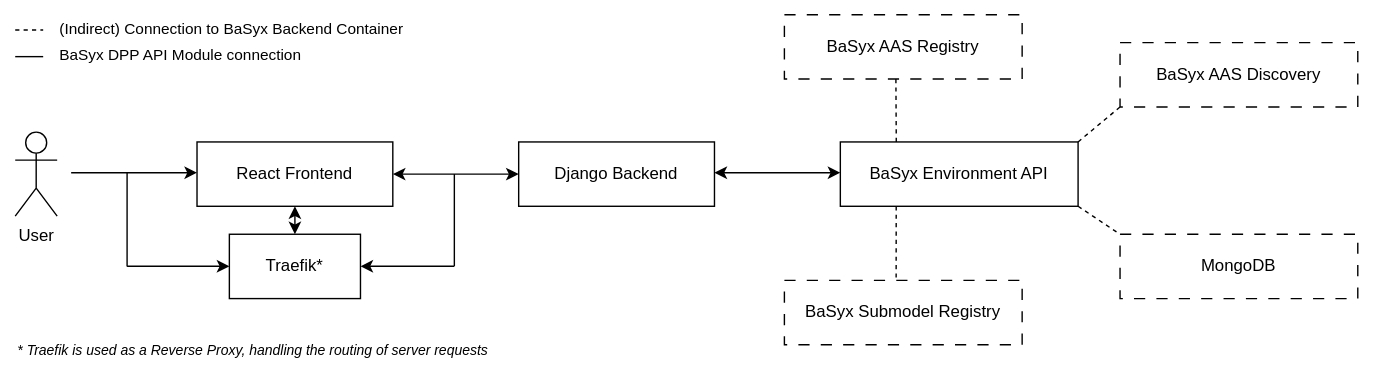
Above: PROJECT/SAS/src/grey-box-view/TINF24F_SAS_Team_6_Grey-Box-View_R10.drawio.svg in DHBW-TINF24F/Team6-BaSyx-DPP-API (draw.io), before the change. Source tidied: cells renumbered, new cells last; positions are measured from the earlier drawing's top-left corner, leaving out a move shared by most shapes. Source of this version:
```xml
<mxGraphModel>
  <root>
    <mxCell id="0" />
    <mxCell id="1" parent="0" />
    <mxCell id="2" value="User" style="shape=umlActor;verticalLabelPosition=bottom;verticalAlign=top;html=1;" parent="1" vertex="1">
      <mxGeometry y="84" width="30" height="60" as="geometry" />
    </mxCell>
    <mxCell id="3" style="endArrow=classic;html=1;rounded=0;" parent="1" edge="1">
      <mxGeometry relative="1" as="geometry">
        <mxPoint x="40" y="113" as="sourcePoint" />
        <mxPoint x="130" y="113" as="targetPoint" />
      </mxGeometry>
    </mxCell>
    <mxCell id="4" value="React Frontend" style="rounded=0;whiteSpace=wrap;html=1;" parent="1" vertex="1">
      <mxGeometry x="130" y="91" width="140" height="46" as="geometry" />
    </mxCell>
    <mxCell id="5" style="endArrow=classic;startArrow=classic;html=1;rounded=0;exitX=1;exitY=0.5;exitDx=0;exitDy=0;entryX=0;entryY=0.5;entryDx=0;entryDy=0;" parent="1" edge="1" source="4" target="6">
      <mxGeometry relative="1" as="geometry" />
    </mxCell>
    <mxCell id="6" value="Django Backend" style="rounded=0;whiteSpace=wrap;html=1;" parent="1" vertex="1">
      <mxGeometry x="360" y="91" width="140" height="46" as="geometry" />
    </mxCell>
    <mxCell id="7" style="endArrow=classic;startArrow=classic;html=1;rounded=0;entryX=0;entryY=0.478;entryDx=0;entryDy=0;entryPerimeter=0;" parent="1" edge="1" target="8">
      <mxGeometry relative="1" as="geometry">
        <mxPoint x="500" y="113" as="sourcePoint" />
      </mxGeometry>
    </mxCell>
    <mxCell id="8" value="BaSyx Environment API" style="rounded=0;whiteSpace=wrap;html=1;" parent="1" vertex="1">
      <mxGeometry x="590" y="91" width="170" height="46" as="geometry" />
    </mxCell>
    <mxCell id="9" style="endArrow=none;html=1;rounded=0;shadow=0;flowAnimation=0;curved=0;jumpSize=6;" parent="1" edge="1">
      <mxGeometry relative="1" as="geometry">
        <mxPoint x="80" y="180" as="sourcePoint" />
        <mxPoint x="80" y="113" as="targetPoint" />
      </mxGeometry>
    </mxCell>
    <mxCell id="10" style="endArrow=none;html=1;rounded=0;" parent="1" edge="1">
      <mxGeometry relative="1" as="geometry">
        <mxPoint x="314" y="180" as="sourcePoint" />
        <mxPoint x="314" y="114" as="targetPoint" />
      </mxGeometry>
    </mxCell>
    <mxCell id="11" value="Traefik*" style="rounded=0;whiteSpace=wrap;html=1;rotation=0;" parent="1" vertex="1">
      <mxGeometry x="153.1" y="157" width="93.8" height="46" as="geometry" />
    </mxCell>
    <mxCell id="12" style="endArrow=classic;html=1;rounded=0;" parent="1" edge="1">
      <mxGeometry relative="1" as="geometry">
        <mxPoint x="80" y="179.9" as="sourcePoint" />
        <mxPoint x="153.1" y="179.9" as="targetPoint" />
      </mxGeometry>
    </mxCell>
    <mxCell id="13" style="endArrow=classic;html=1;rounded=0;" parent="1" edge="1">
      <mxGeometry relative="1" as="geometry">
        <mxPoint x="313.8" y="179.9" as="sourcePoint" />
        <mxPoint x="246.9" y="179.9" as="targetPoint" />
      </mxGeometry>
    </mxCell>
    <mxCell id="14" style="endArrow=classic;startArrow=classic;html=1;rounded=0;entryX=0.5;entryY=1;entryDx=0;entryDy=0;exitX=0.5;exitY=0;exitDx=0;exitDy=0;" parent="1" edge="1" source="11" target="4">
      <mxGeometry relative="1" as="geometry" />
    </mxCell>
    <mxCell id="15" style="endArrow=none;dashed=1;html=1;rounded=0;entryX=0.469;entryY=1;entryDx=0;entryDy=0;entryPerimeter=0;" parent="1" edge="1" target="16">
      <mxGeometry relative="1" as="geometry">
        <mxPoint x="630" y="91" as="sourcePoint" />
      </mxGeometry>
    </mxCell>
    <mxCell id="16" value="BaSyx AAS Registry" style="rounded=0;whiteSpace=wrap;html=1;dashed=1;dashPattern=8 8;" parent="1" vertex="1">
      <mxGeometry x="550" width="170" height="46" as="geometry" />
    </mxCell>
    <mxCell id="17" value="BaSyx AAS Discovery" style="rounded=0;whiteSpace=wrap;html=1;dashed=1;dashPattern=8 8;" parent="1" vertex="1">
      <mxGeometry x="790" y="20" width="170" height="46" as="geometry" />
    </mxCell>
    <mxCell id="18" value="BaSyx Submodel Registry" style="rounded=0;whiteSpace=wrap;html=1;dashed=1;dashPattern=8 8;" parent="1" vertex="1">
      <mxGeometry x="550" y="190" width="170" height="46" as="geometry" />
    </mxCell>
    <mxCell id="19" value="MongoDB" style="rounded=0;whiteSpace=wrap;html=1;dashed=1;dashPattern=8 8;" parent="1" vertex="1">
      <mxGeometry x="790" y="157" width="170" height="46" as="geometry" />
    </mxCell>
    <mxCell id="20" style="endArrow=none;dashed=1;html=1;rounded=0;entryX=0;entryY=1;entryDx=0;entryDy=0;exitX=1;exitY=0;exitDx=0;exitDy=0;" parent="1" edge="1" source="8" target="17">
      <mxGeometry relative="1" as="geometry" />
    </mxCell>
    <mxCell id="21" style="endArrow=none;dashed=1;html=1;rounded=0;entryX=0;entryY=0;entryDx=0;entryDy=0;exitX=1;exitY=1;exitDx=0;exitDy=0;" parent="1" edge="1" source="8" target="19">
      <mxGeometry relative="1" as="geometry" />
    </mxCell>
    <mxCell id="22" style="endArrow=none;dashed=1;html=1;rounded=0;entryX=0.47;entryY=-0.011;entryDx=0;entryDy=0;exitX=0.235;exitY=1;exitDx=0;exitDy=0;entryPerimeter=0;exitPerimeter=0;" parent="1" edge="1" source="8" target="18">
      <mxGeometry relative="1" as="geometry" />
    </mxCell>
    <mxCell id="23" style="group;" parent="1" vertex="1">
      <mxGeometry width="280" height="20" as="geometry" />
    </mxCell>
    <mxCell id="24" style="endArrow=none;dashed=1;html=1;rounded=0;" parent="23" edge="1">
      <mxGeometry relative="1" as="geometry">
        <mxPoint y="11" as="sourcePoint" />
        <mxPoint x="20" y="11" as="targetPoint" />
      </mxGeometry>
    </mxCell>
    <mxCell id="25" value="(Indirect) Connection to BaSyx Backend Container" style="text;html=1;whiteSpace=wrap;strokeColor=none;fillColor=none;align=left;verticalAlign=middle;rounded=0;fontSize=11;" parent="23" vertex="1">
      <mxGeometry x="30" width="250" height="20" as="geometry" />
    </mxCell>
    <mxCell id="26" style="group;" parent="1" vertex="1">
      <mxGeometry y="19" width="320" height="20" as="geometry" />
    </mxCell>
    <mxCell id="27" style="endArrow=none;html=1;rounded=0;" parent="26" edge="1">
      <mxGeometry relative="1" as="geometry">
        <mxPoint y="11" as="sourcePoint" />
        <mxPoint x="20" y="11" as="targetPoint" />
      </mxGeometry>
    </mxCell>
    <mxCell id="28" value="BaSyx DPP API Module connection" style="text;html=1;whiteSpace=wrap;strokeColor=none;fillColor=none;align=left;verticalAlign=middle;rounded=0;fontSize=11;" parent="26" vertex="1">
      <mxGeometry x="30" width="290" height="20" as="geometry" />
    </mxCell>
    <mxCell id="29" value="&lt;i&gt;* Traefik is used as a Reverse Proxy, handling the routing of server requests&lt;/i&gt;" style="text;html=1;whiteSpace=wrap;strokeColor=none;fillColor=none;align=left;verticalAlign=middle;rounded=0;fontSize=10;" parent="1" vertex="1">
      <mxGeometry y="230" width="380" height="20" as="geometry" />
    </mxCell>
  </root>
</mxGraphModel>
```
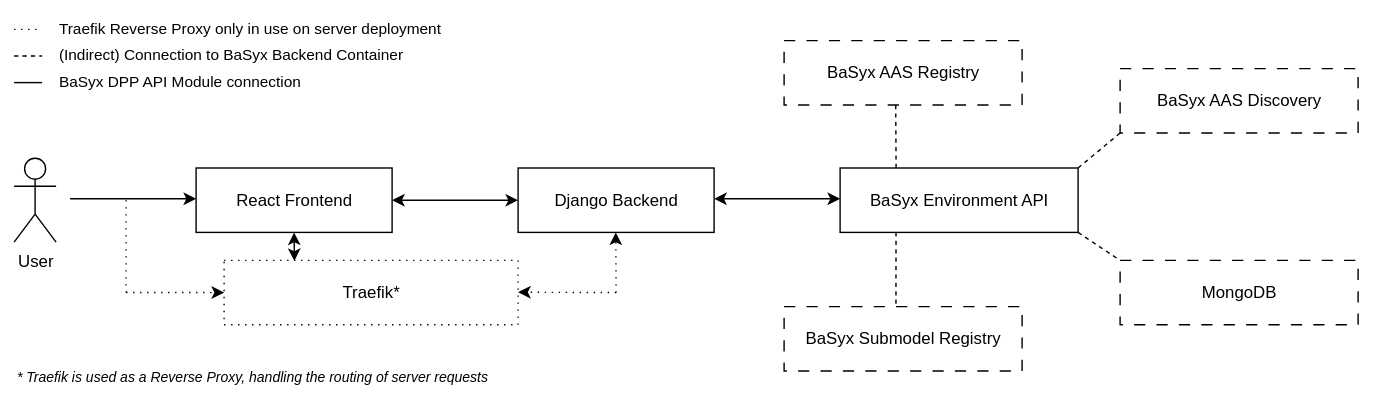
After the commit.

Commit message:
Grey Box View diagram: Note for Traefik

The edit, as a diff of the source:
```diff
@@ -28,34 +28,34 @@
     <mxCell id="8" value="BaSyx Environment API" style="rounded=0;whiteSpace=wrap;html=1;" parent="1" vertex="1">
       <mxGeometry x="590" y="91" width="170" height="46" as="geometry" />
     </mxCell>
-    <mxCell id="9" style="endArrow=none;html=1;rounded=0;shadow=0;flowAnimation=0;curved=0;jumpSize=6;" parent="1" edge="1">
+    <mxCell id="9" style="endArrow=none;html=1;rounded=0;shadow=0;flowAnimation=0;curved=0;jumpSize=6;dashed=1;dashPattern=1 4;" parent="1" edge="1">
       <mxGeometry relative="1" as="geometry">
         <mxPoint x="80" y="180" as="sourcePoint" />
         <mxPoint x="80" y="113" as="targetPoint" />
       </mxGeometry>
     </mxCell>
-    <mxCell id="10" style="endArrow=none;html=1;rounded=0;" parent="1" edge="1">
+    <mxCell id="10" style="endArrow=classic;html=1;rounded=0;startArrow=none;startFill=0;endFill=1;dashed=1;dashPattern=1 4;" parent="1" edge="1">
       <mxGeometry relative="1" as="geometry">
-        <mxPoint x="314" y="180" as="sourcePoint" />
-        <mxPoint x="314" y="114" as="targetPoint" />
+        <mxPoint x="430" y="180" as="sourcePoint" />
+        <mxPoint x="429.8" y="137" as="targetPoint" />
       </mxGeometry>
     </mxCell>
-    <mxCell id="11" value="Traefik*" style="rounded=0;whiteSpace=wrap;html=1;rotation=0;" parent="1" vertex="1">
-      <mxGeometry x="153.1" y="157" width="93.8" height="46" as="geometry" />
+    <mxCell id="11" value="Traefik*" style="rounded=0;whiteSpace=wrap;html=1;rotation=0;dashed=1;dashPattern=1 4;" parent="1" vertex="1">
+      <mxGeometry x="150" y="157" width="210" height="46" as="geometry" />
     </mxCell>
-    <mxCell id="12" style="endArrow=classic;html=1;rounded=0;" parent="1" edge="1">
+    <mxCell id="12" style="endArrow=classic;html=1;rounded=0;dashed=1;dashPattern=1 4;" parent="1" edge="1">
       <mxGeometry relative="1" as="geometry">
         <mxPoint x="80" y="179.9" as="sourcePoint" />
-        <mxPoint x="153.1" y="179.9" as="targetPoint" />
+        <mxPoint x="150" y="180" as="targetPoint" />
       </mxGeometry>
     </mxCell>
-    <mxCell id="13" style="endArrow=classic;html=1;rounded=0;" parent="1" edge="1">
+    <mxCell id="13" style="endArrow=classic;html=1;rounded=0;dashed=1;dashPattern=1 4;" parent="1" edge="1">
       <mxGeometry relative="1" as="geometry">
-        <mxPoint x="313.8" y="179.9" as="sourcePoint" />
-        <mxPoint x="246.9" y="179.9" as="targetPoint" />
+        <mxPoint x="430" y="180" as="sourcePoint" />
+        <mxPoint x="360" y="179.8" as="targetPoint" />
       </mxGeometry>
     </mxCell>
-    <mxCell id="14" style="endArrow=classic;startArrow=classic;html=1;rounded=0;entryX=0.5;entryY=1;entryDx=0;entryDy=0;exitX=0.5;exitY=0;exitDx=0;exitDy=0;" parent="1" edge="1" source="11" target="4">
+    <mxCell id="14" style="endArrow=classic;startArrow=classic;html=1;rounded=0;entryX=0.5;entryY=1;entryDx=0;entryDy=0;exitX=0.239;exitY=0.01;exitDx=0;exitDy=0;exitPerimeter=0;" parent="1" edge="1" source="11" target="4">
       <mxGeometry relative="1" as="geometry" />
     </mxCell>
     <mxCell id="15" style="endArrow=none;dashed=1;html=1;rounded=0;entryX=0.469;entryY=1;entryDx=0;entryDy=0;entryPerimeter=0;" parent="1" edge="1" target="16">
@@ -111,5 +111,17 @@
     <mxCell id="29" value="&lt;i&gt;* Traefik is used as a Reverse Proxy, handling the routing of server requests&lt;/i&gt;" style="text;html=1;whiteSpace=wrap;strokeColor=none;fillColor=none;align=left;verticalAlign=middle;rounded=0;fontSize=10;" parent="1" vertex="1">
       <mxGeometry y="230" width="380" height="20" as="geometry" />
     </mxCell>
+    <mxCell id="30" style="group;" parent="1" vertex="1">
+      <mxGeometry y="-19" width="310" height="20" as="geometry" />
+    </mxCell>
+    <mxCell id="31" style="endArrow=none;dashed=1;html=1;rounded=0;dashPattern=1 4;" parent="30" edge="1">
+      <mxGeometry relative="1" as="geometry">
+        <mxPoint y="11" as="sourcePoint" />
+        <mxPoint x="20" y="11" as="targetPoint" />
+      </mxGeometry>
+    </mxCell>
+    <mxCell id="32" value="Traefik Reverse Proxy only in use on server deployment" style="text;html=1;whiteSpace=wrap;strokeColor=none;fillColor=none;align=left;verticalAlign=middle;rounded=0;fontSize=11;" parent="30" vertex="1">
+      <mxGeometry x="30" width="280" height="20" as="geometry" />
+    </mxCell>
   </root>
 </mxGraphModel>
```
